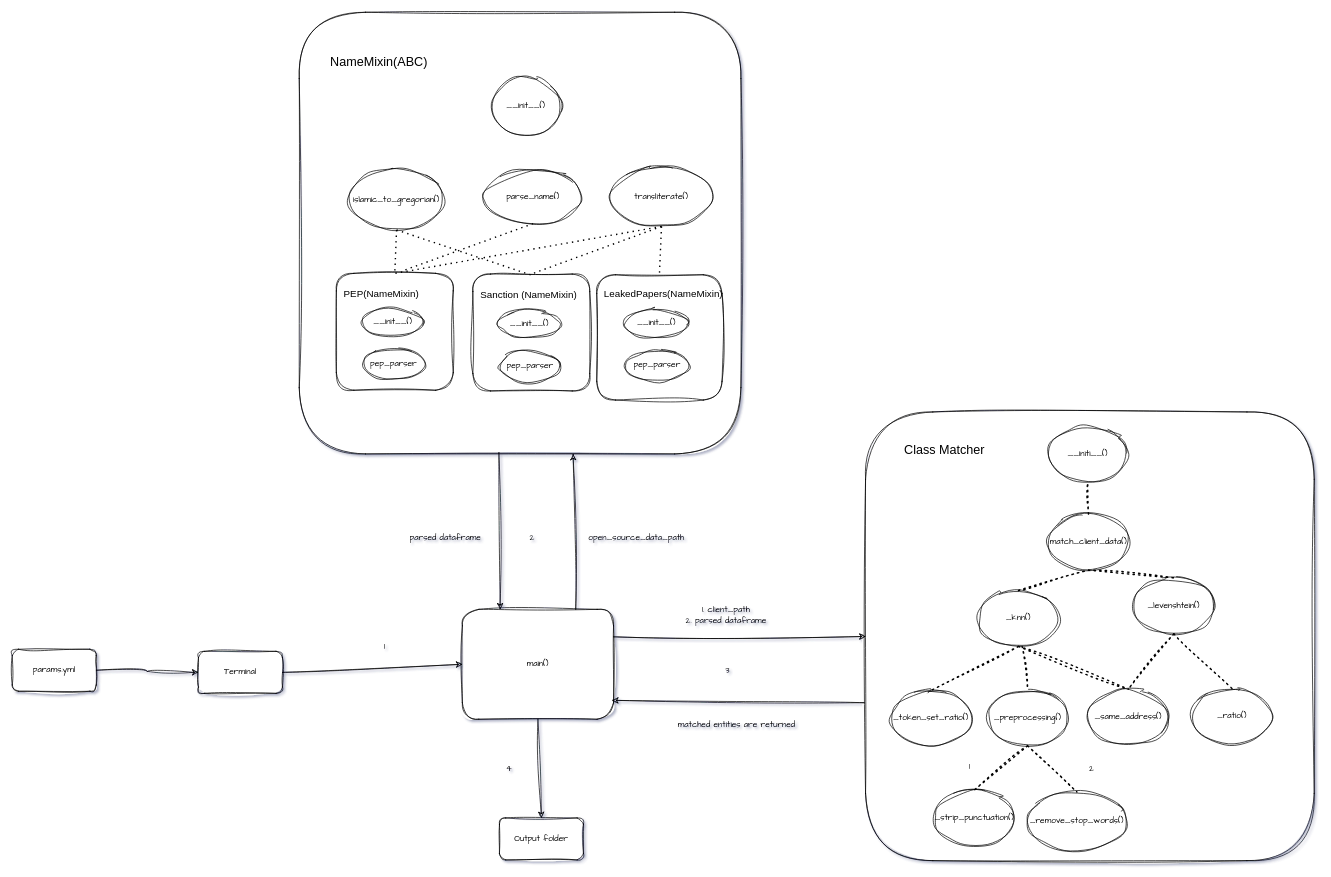
The draw.io diagram code_structure.drawio in WTokhi/open_source_screening, before the edit. Source tidied: cells renumbered, new cells numbered last; positions are measured from the earlier drawing's top-left corner, leaving out a move shared by most shapes. Both pictures are drawn from the tidied source at 70%, with x=0, y=0 at pixel (12, 12).
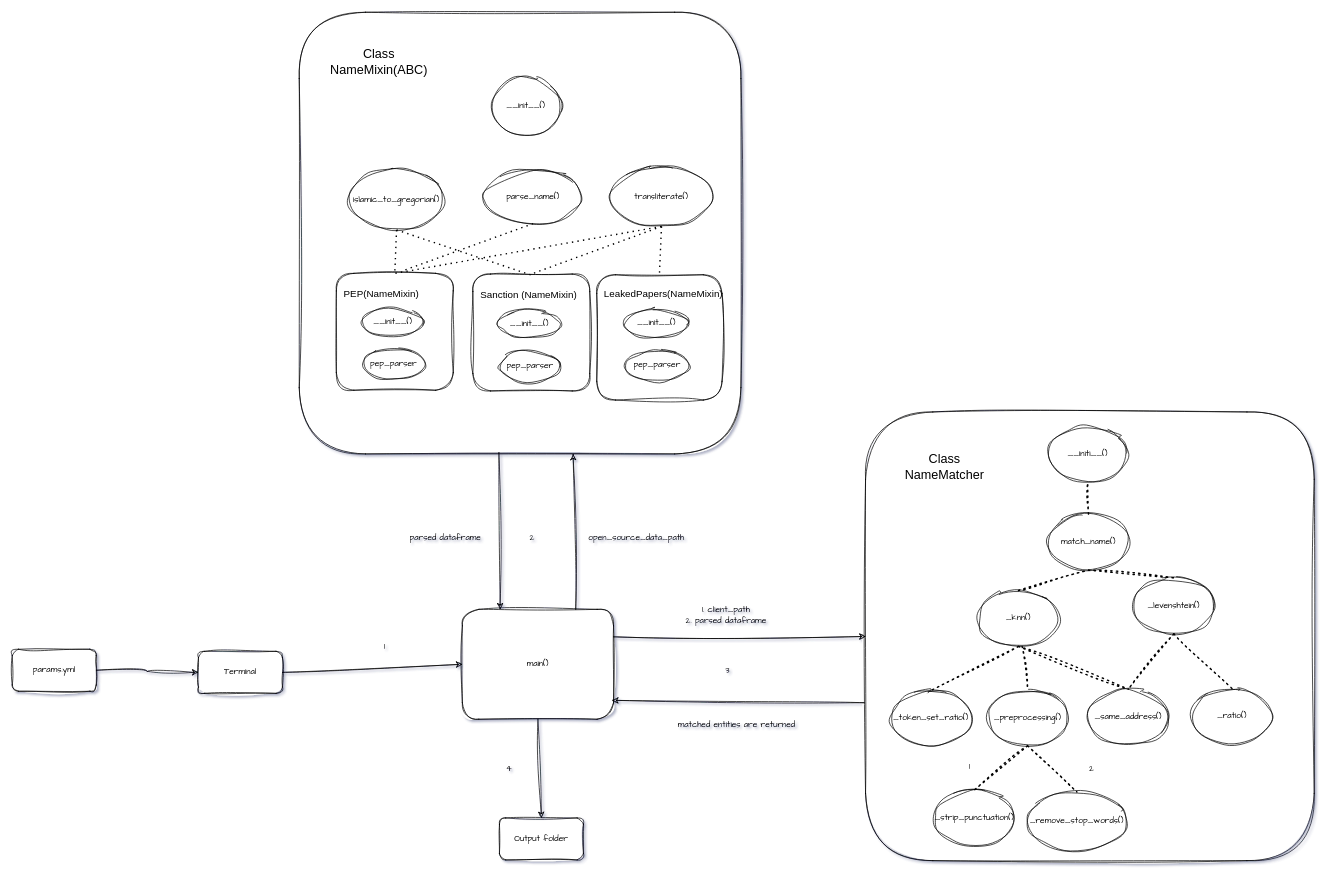
The same diagram, later.

Commit message:
updated class names

Unchanged cells that the change refers to:
```xml
<mxCell id="15" style="group;" parent="1" vertex="1">
  <mxGeometry x="424" y="20" width="631" height="631" as="geometry" />
</mxCell>
<mxCell id="47" style="group;" parent="1" vertex="1">
  <mxGeometry x="1219" y="571" width="641" height="641" as="geometry" />
</mxCell>
```

The edit, as a diff of the source:
```diff
@@
-    <mxCell id="17" value="&lt;font style=&quot;font-size: 18px;&quot;&gt;NameMixin(ABC)&lt;/font&gt;" style="text;html=1;strokeColor=none;fillColor=none;align=center;verticalAlign=middle;whiteSpace=wrap;rounded=0;" parent="15" vertex="1">
+    <mxCell id="17" value="&lt;font style=&quot;font-size: 18px;&quot;&gt;Class&lt;br&gt;NameMixin(ABC)&lt;/font&gt;" style="text;html=1;strokeColor=none;fillColor=none;align=center;verticalAlign=middle;whiteSpace=wrap;rounded=0;" parent="15" vertex="1">
       <mxGeometry x="39" y="21" width="122" height="60" as="geometry" />
     </mxCell>
@@
-    <mxCell id="50" value="match_client_data()" style="ellipse;whiteSpace=wrap;rounded=1;labelBackgroundColor=none;sketch=1;curveFitting=1;jiggle=2;fontFamily=Comic Sans MS;" parent="47" vertex="1">
+    <mxCell id="50" value="match_name()" style="ellipse;whiteSpace=wrap;rounded=1;labelBackgroundColor=none;sketch=1;curveFitting=1;jiggle=2;fontFamily=Comic Sans MS;" parent="47" vertex="1">
       <mxGeometry x="261" y="146" width="115" height="80" as="geometry" />
     </mxCell>
@@
-    <mxCell id="71" value="&lt;font style=&quot;font-size: 18px;&quot;&gt;Class Matcher&lt;/font&gt;" style="text;html=1;strokeColor=none;fillColor=none;align=center;verticalAlign=middle;whiteSpace=wrap;rounded=0;" parent="47" vertex="1">
-      <mxGeometry x="34" y="39" width="158" height="30" as="geometry" />
+    <mxCell id="71" value="&lt;font style=&quot;font-size: 18px;&quot;&gt;Class NameMatcher&lt;/font&gt;" style="text;html=1;strokeColor=none;fillColor=none;align=center;verticalAlign=middle;whiteSpace=wrap;rounded=0;" parent="47" vertex="1">
+      <mxGeometry x="34" y="39" width="158" height="80" as="geometry" />
     </mxCell>
```
